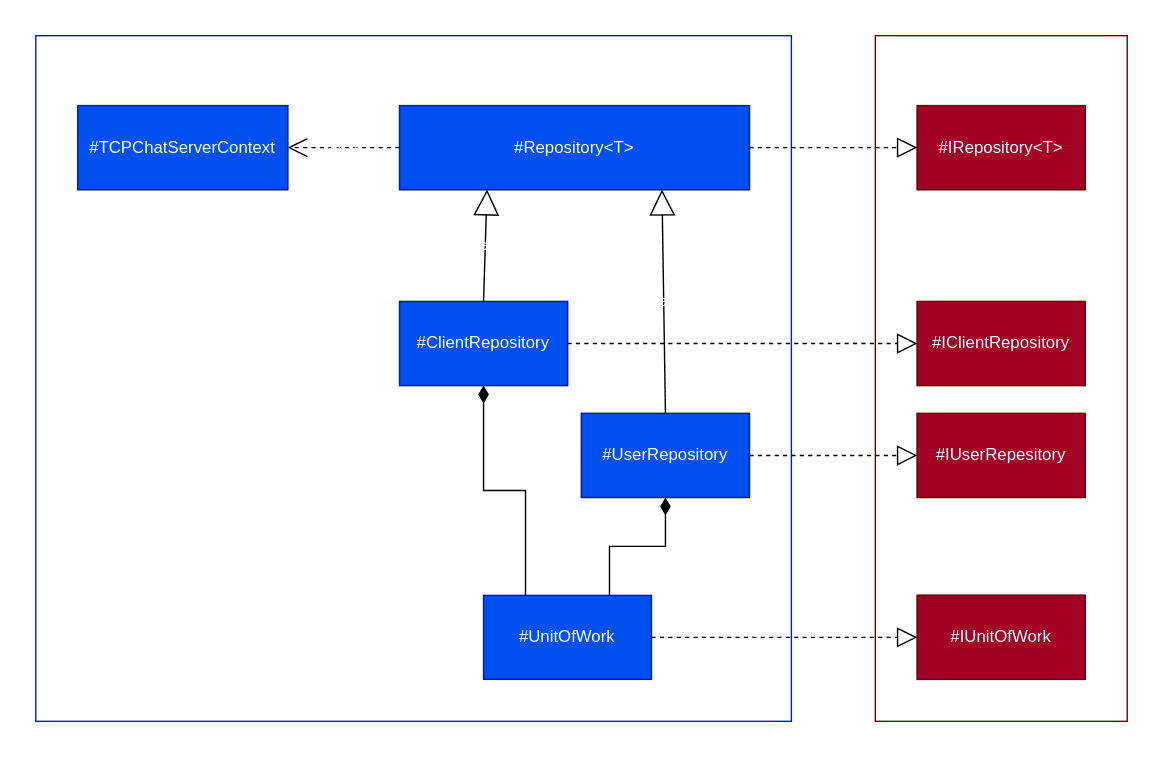
Above: docs/diagrams-img/data-project.svg in AndreTerra5348/tcp-chat-server (draw.io), before the change. Source tidied: cells renumbered, new cells last; positions are measured from the earlier drawing's top-left corner, leaving out a move shared by most shapes.
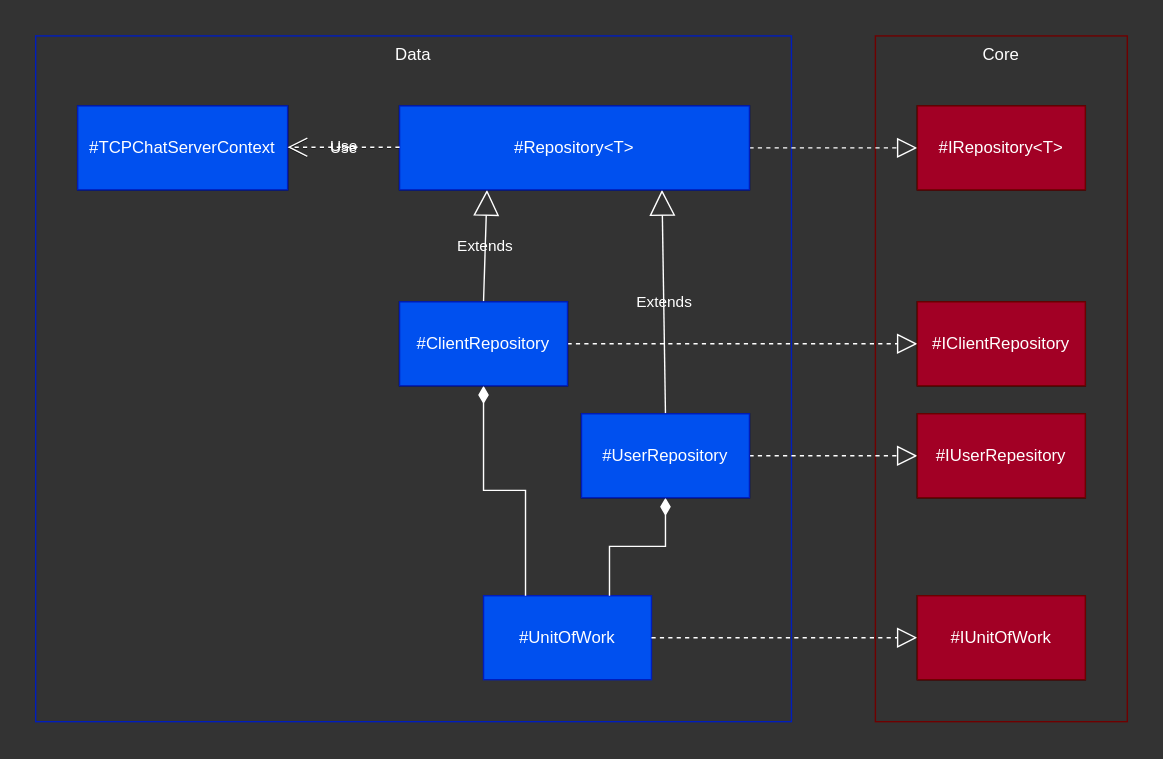
After the change.

What changed in the source:
```diff
@@ -1,4 +1,4 @@
-<mxGraphModel>
+<mxGraphModel background="#333333">
   <root>
     <mxCell id="0" />
     <mxCell id="1" parent="0" />
@@ -23,16 +23,16 @@
     <mxCell id="8" value="#UnitOfWork" style="rounded=0;whiteSpace=wrap;html=1;fillColor=#0050ef;fontColor=#ffffff;strokeColor=#001DBC;" parent="1" vertex="1">
       <mxGeometry x="320" y="400" width="120" height="60" as="geometry" />
     </mxCell>
-    <mxCell id="9" value="Extends" style="endArrow=block;endSize=16;endFill=0;html=1;rounded=0;exitX=0.5;exitY=0;exitDx=0;exitDy=0;entryX=0.25;entryY=1;entryDx=0;entryDy=0;labelBackgroundColor=none;fontColor=#FFFFFF;" parent="1" edge="1" source="5" target="4">
+    <mxCell id="9" value="Extends" style="endArrow=block;endSize=16;endFill=0;html=1;rounded=0;exitX=0.5;exitY=0;exitDx=0;exitDy=0;entryX=0.25;entryY=1;entryDx=0;entryDy=0;labelBackgroundColor=none;fontColor=#FFFFFF;strokeColor=#FFFFFF;" parent="1" edge="1" source="5" target="4">
       <mxGeometry relative="1" as="geometry" />
     </mxCell>
-    <mxCell id="10" value="Extends" style="endArrow=block;endSize=16;endFill=0;html=1;rounded=0;exitX=0.5;exitY=0;exitDx=0;exitDy=0;entryX=0.75;entryY=1;entryDx=0;entryDy=0;labelBackgroundColor=none;fontColor=#FFFFFF;" parent="1" edge="1" source="6" target="4">
+    <mxCell id="10" value="Extends" style="endArrow=block;endSize=16;endFill=0;html=1;rounded=0;exitX=0.5;exitY=0;exitDx=0;exitDy=0;entryX=0.75;entryY=1;entryDx=0;entryDy=0;labelBackgroundColor=none;fontColor=#FFFFFF;strokeColor=#FFFFFF;" parent="1" edge="1" source="6" target="4">
       <mxGeometry relative="1" as="geometry" />
     </mxCell>
-    <mxCell id="11" style="html=1;endArrow=diamondThin;endFill=1;edgeStyle=elbowEdgeStyle;elbow=vertical;endSize=10;rounded=0;exitX=0.25;exitY=0;exitDx=0;exitDy=0;" parent="1" edge="1" source="8" target="5">
+    <mxCell id="11" style="html=1;endArrow=diamondThin;endFill=1;edgeStyle=elbowEdgeStyle;elbow=vertical;endSize=10;rounded=0;exitX=0.25;exitY=0;exitDx=0;exitDy=0;strokeColor=#FFFFFF;" parent="1" edge="1" source="8" target="5">
       <mxGeometry relative="1" as="geometry" />
     </mxCell>
-    <mxCell id="12" style="html=1;endArrow=diamondThin;endFill=1;edgeStyle=elbowEdgeStyle;elbow=vertical;endSize=10;rounded=0;exitX=0.75;exitY=0;exitDx=0;exitDy=0;" parent="1" edge="1" source="8" target="6">
+    <mxCell id="12" style="html=1;endArrow=diamondThin;endFill=1;edgeStyle=elbowEdgeStyle;elbow=vertical;endSize=10;rounded=0;exitX=0.75;exitY=0;exitDx=0;exitDy=0;strokeColor=#FFFFFF;" parent="1" edge="1" source="8" target="6">
       <mxGeometry relative="1" as="geometry" />
     </mxCell>
     <mxCell id="13" value="Use" style="endArrow=open;endSize=12;dashed=1;html=1;rounded=0;exitX=0;exitY=0.5;exitDx=0;exitDy=0;entryX=1;entryY=0.5;entryDx=0;entryDy=0;labelBackgroundColor=none;fontColor=#FFFFFF;" parent="1" edge="1" source="4" target="7">
@@ -50,16 +50,16 @@
     <mxCell id="17" value="#IUnitOfWork" style="rounded=0;whiteSpace=wrap;html=1;" parent="1" vertex="1">
       <mxGeometry x="630" y="400" width="120" height="60" as="geometry" />
     </mxCell>
-    <mxCell id="18" style="endArrow=block;dashed=1;endFill=0;endSize=12;html=1;rounded=0;exitX=1;exitY=0.5;exitDx=0;exitDy=0;entryX=0;entryY=0.5;entryDx=0;entryDy=0;" parent="1" edge="1" source="4" target="14">
+    <mxCell id="18" style="endArrow=block;dashed=1;endFill=0;endSize=12;html=1;rounded=0;exitX=1;exitY=0.5;exitDx=0;exitDy=0;entryX=0;entryY=0.5;entryDx=0;entryDy=0;strokeColor=#FFFFFF;" parent="1" edge="1" source="4" target="14">
       <mxGeometry relative="1" as="geometry" />
     </mxCell>
-    <mxCell id="19" style="endArrow=block;dashed=1;endFill=0;endSize=12;html=1;rounded=0;exitX=1;exitY=0.5;exitDx=0;exitDy=0;entryX=0;entryY=0.5;entryDx=0;entryDy=0;" parent="1" edge="1" source="6" target="16">
+    <mxCell id="19" style="endArrow=block;dashed=1;endFill=0;endSize=12;html=1;rounded=0;exitX=1;exitY=0.5;exitDx=0;exitDy=0;entryX=0;entryY=0.5;entryDx=0;entryDy=0;strokeColor=#FFFFFF;" parent="1" edge="1" source="6" target="16">
       <mxGeometry relative="1" as="geometry" />
     </mxCell>
-    <mxCell id="20" style="endArrow=block;dashed=1;endFill=0;endSize=12;html=1;rounded=0;exitX=1;exitY=0.5;exitDx=0;exitDy=0;entryX=0;entryY=0.5;entryDx=0;entryDy=0;" parent="1" edge="1" source="8" target="17">
+    <mxCell id="20" style="endArrow=block;dashed=1;endFill=0;endSize=12;html=1;rounded=0;exitX=1;exitY=0.5;exitDx=0;exitDy=0;entryX=0;entryY=0.5;entryDx=0;entryDy=0;strokeColor=#FFFFFF;" parent="1" edge="1" source="8" target="17">
       <mxGeometry relative="1" as="geometry" />
     </mxCell>
-    <mxCell id="21" style="endArrow=block;dashed=1;endFill=0;endSize=12;html=1;exitX=1;exitY=0.5;exitDx=0;exitDy=0;entryX=0;entryY=0.5;entryDx=0;entryDy=0;" parent="1" edge="1" source="5" target="15">
+    <mxCell id="21" style="endArrow=block;dashed=1;endFill=0;endSize=12;html=1;exitX=1;exitY=0.5;exitDx=0;exitDy=0;entryX=0;entryY=0.5;entryDx=0;entryDy=0;strokeColor=#FFFFFF;" parent="1" edge="1" source="5" target="15">
       <mxGeometry relative="1" as="geometry" />
     </mxCell>
     <mxCell id="22" value="#TCPChatServerContext" style="rounded=0;whiteSpace=wrap;html=1;fillColor=#0050ef;fontColor=#ffffff;strokeColor=#001DBC;" parent="1" vertex="1">
@@ -86,5 +86,11 @@
     <mxCell id="29" value="#IUnitOfWork" style="rounded=0;whiteSpace=wrap;html=1;fillColor=#a20025;fontColor=#ffffff;strokeColor=#6F0000;" parent="1" vertex="1">
       <mxGeometry x="630" y="400" width="120" height="60" as="geometry" />
     </mxCell>
+    <mxCell id="30" value="Use" style="endArrow=open;endSize=12;dashed=1;html=1;rounded=0;exitX=0;exitY=0.5;exitDx=0;exitDy=0;entryX=1;entryY=0.5;entryDx=0;entryDy=0;labelBackgroundColor=none;fontColor=#FFFFFF;strokeColor=#FFFFFF;" parent="1" edge="1">
+      <mxGeometry relative="1" as="geometry">
+        <mxPoint x="260" y="79.5" as="sourcePoint" />
+        <mxPoint x="180" y="79.5" as="targetPoint" />
+      </mxGeometry>
+    </mxCell>
   </root>
 </mxGraphModel>
```
